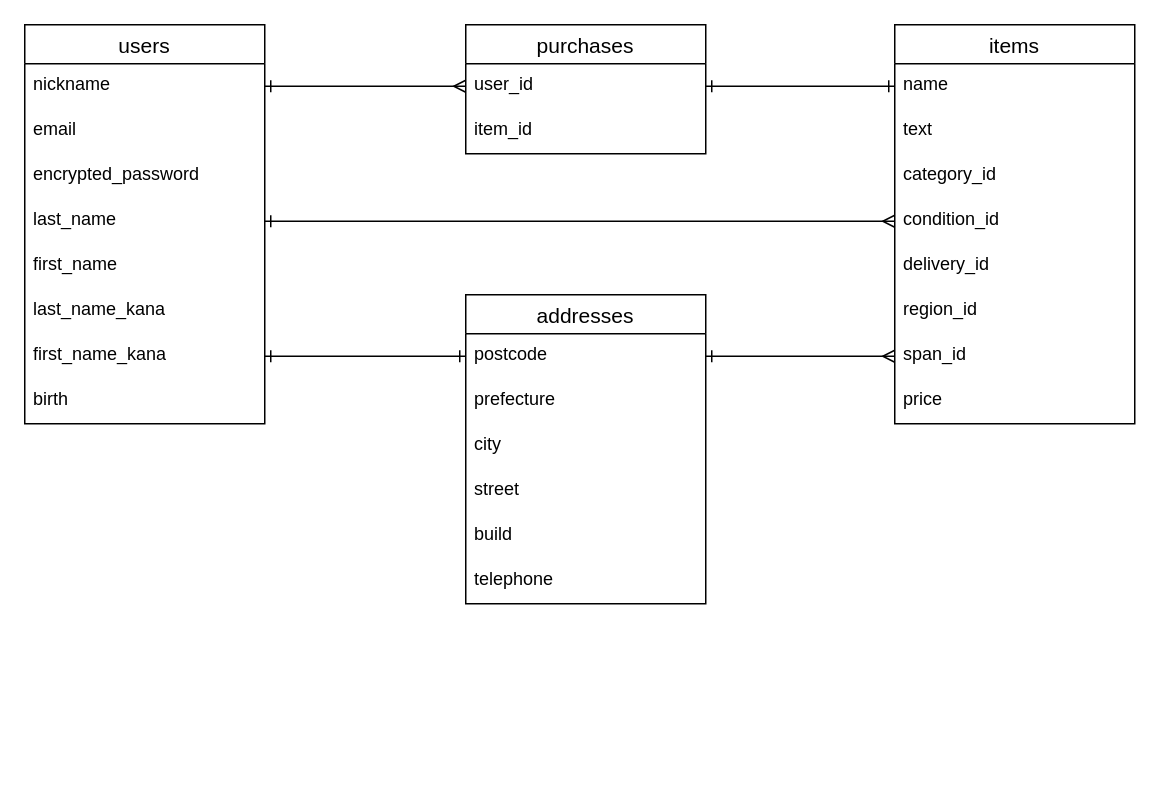
Before: furima-40823.dio in calamelmaiku/furima-40823, a draw.io diagram. Source tidied: cells renumbered, new cells numbered last; positions are measured from the earlier drawing's top-left corner, leaving out a move shared by most shapes. Both pictures are drawn from the tidied source at 150%, with x=0, y=0 at pixel (24, 24).
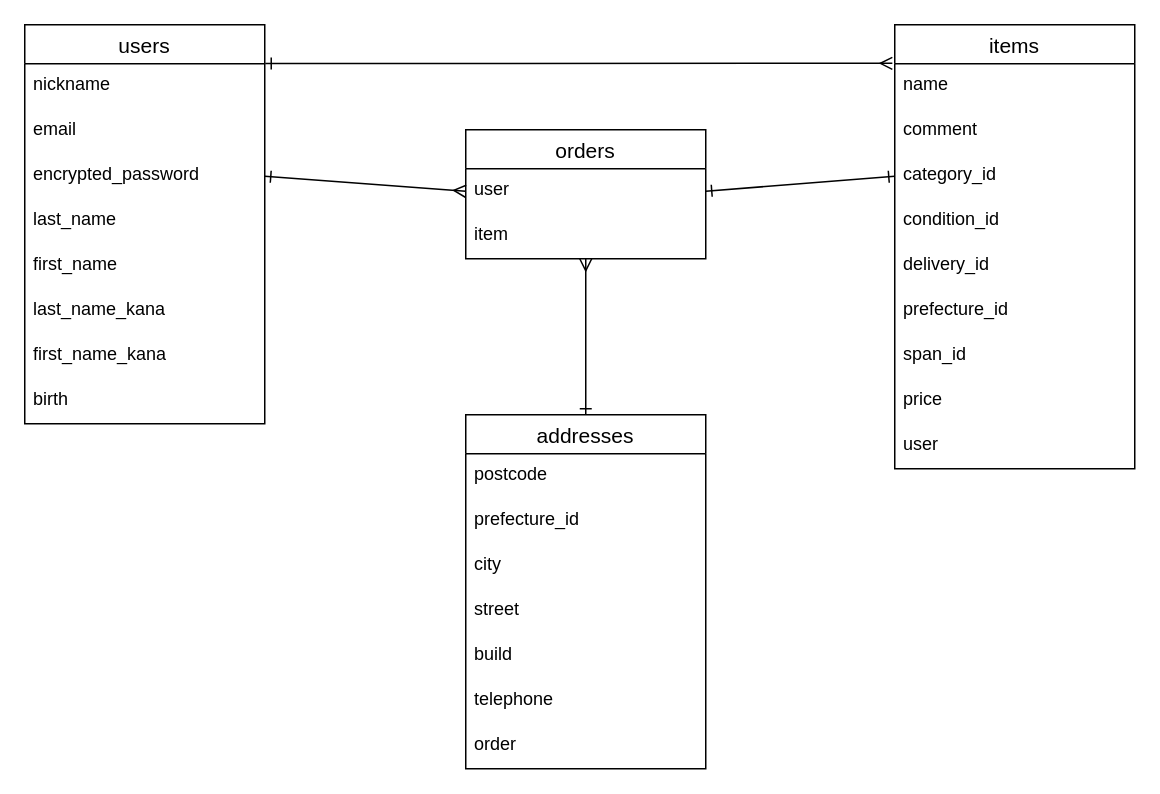
Above is the later version.

Unchanged cells that the change refers to:
```xml
<mxCell id="3" value="name" style="text;strokeColor=none;fillColor=none;spacingLeft=4;spacingRight=4;overflow=hidden;points=[[0,0.5],[1,0.5]];portConstraint=eastwest;fontSize=12;" parent="2" vertex="1">
  <mxGeometry y="26" width="160" height="30" as="geometry" />
</mxCell>
<mxCell id="5" value="category_id" style="text;strokeColor=none;fillColor=none;spacingLeft=4;spacingRight=4;overflow=hidden;points=[[0,0.5],[1,0.5]];portConstraint=eastwest;fontSize=12;" parent="2" vertex="1">
  <mxGeometry y="86" width="160" height="30" as="geometry" />
</mxCell>
<mxCell id="6" value="condition_id" style="text;strokeColor=none;fillColor=none;spacingLeft=4;spacingRight=4;overflow=hidden;points=[[0,0.5],[1,0.5]];portConstraint=eastwest;fontSize=12;" parent="2" vertex="1">
  <mxGeometry y="116" width="160" height="30" as="geometry" />
</mxCell>
<mxCell id="9" value="span_id" style="text;strokeColor=none;fillColor=none;spacingLeft=4;spacingRight=4;overflow=hidden;points=[[0,0.5],[1,0.5]];portConstraint=eastwest;fontSize=12;" parent="2" vertex="1">
  <mxGeometry y="206" width="160" height="30" as="geometry" />
</mxCell>
<mxCell id="12" value="postcode" style="text;strokeColor=none;fillColor=none;spacingLeft=4;spacingRight=4;overflow=hidden;points=[[0,0.5],[1,0.5]];portConstraint=eastwest;fontSize=12;" parent="11" vertex="1">
  <mxGeometry y="26" width="160" height="30" as="geometry" />
</mxCell>
<mxCell id="18" value="users" style="swimlane;fontStyle=0;horizontal=1;startSize=26;align=center;fontSize=14;" parent="1" vertex="1">
  <mxGeometry width="160" height="266" as="geometry" />
</mxCell>
<mxCell id="19" value="nickname" style="text;strokeColor=none;fillColor=none;spacingLeft=4;spacingRight=4;overflow=hidden;points=[[0,0.5],[1,0.5]];portConstraint=eastwest;fontSize=12;" parent="18" vertex="1">
  <mxGeometry y="26" width="160" height="30" as="geometry" />
</mxCell>
<mxCell id="21" value="encrypted_password" style="text;strokeColor=none;fillColor=none;spacingLeft=4;spacingRight=4;overflow=hidden;points=[[0,0.5],[1,0.5]];portConstraint=eastwest;fontSize=12;" parent="18" vertex="1">
  <mxGeometry y="86" width="160" height="30" as="geometry" />
</mxCell>
<mxCell id="22" value="last_name" style="text;strokeColor=none;fillColor=none;spacingLeft=4;spacingRight=4;overflow=hidden;points=[[0,0.5],[1,0.5]];portConstraint=eastwest;fontSize=12;" parent="18" vertex="1">
  <mxGeometry y="116" width="160" height="30" as="geometry" />
</mxCell>
<mxCell id="25" value="first_name_kana" style="text;strokeColor=none;fillColor=none;spacingLeft=4;spacingRight=4;overflow=hidden;points=[[0,0.5],[1,0.5]];portConstraint=eastwest;fontSize=12;" parent="18" vertex="1">
  <mxGeometry y="206" width="160" height="30" as="geometry" />
</mxCell>
```

What changed in the source:
```diff
@@
     <mxCell id="2" value="items" style="swimlane;fontStyle=0;horizontal=1;startSize=26;align=center;fontSize=14;" parent="1" vertex="1">
-      <mxGeometry x="580" width="160" height="266" as="geometry" />
+      <mxGeometry x="580" width="160" height="296" as="geometry" />
     </mxCell>
@@
-    <mxCell id="4" value="text" style="text;strokeColor=none;fillColor=none;spacingLeft=4;spacingRight=4;overflow=hidden;fontSize=12;" parent="2" vertex="1">
+    <mxCell id="4" value="comment" style="text;strokeColor=none;fillColor=none;spacingLeft=4;spacingRight=4;overflow=hidden;fontSize=12;" parent="2" vertex="1">
       <mxGeometry y="56" width="160" height="30" as="geometry" />
     </mxCell>
@@
-    <mxCell id="8" value="region_id" style="text;strokeColor=none;fillColor=none;spacingLeft=4;spacingRight=4;overflow=hidden;fontSize=12;" parent="2" vertex="1">
+    <mxCell id="8" value="prefecture_id" style="text;strokeColor=none;fillColor=none;spacingLeft=4;spacingRight=4;overflow=hidden;fontSize=12;" parent="2" vertex="1">
       <mxGeometry y="176" width="160" height="30" as="geometry" />
     </mxCell>
@@
+    <mxCell id="35" value="user" style="text;strokeColor=none;fillColor=none;spacingLeft=4;spacingRight=4;overflow=hidden;fontSize=12;" parent="2" vertex="1">
+      <mxGeometry y="266" width="160" height="30" as="geometry" />
+    </mxCell>
+    <mxCell id="36" style="edgeStyle=none;html=1;exitX=0.5;exitY=0;exitDx=0;exitDy=0;startArrow=ERone;startFill=0;endArrow=ERmany;endFill=0;entryX=0.5;entryY=1;entryDx=0;entryDy=0;" parent="1" edge="1" source="11" target="27">
+      <mxGeometry relative="1" as="geometry" />
+    </mxCell>
     <mxCell id="11" value="addresses" style="swimlane;fontStyle=0;horizontal=1;startSize=26;align=center;fontSize=14;" parent="1" vertex="1">
-      <mxGeometry x="294" y="180" width="160" height="206" as="geometry" />
+      <mxGeometry x="294" y="260" width="160" height="236" as="geometry" />
     </mxCell>
@@
-    <mxCell id="13" value="prefecture" style="text;strokeColor=none;fillColor=none;spacingLeft=4;spacingRight=4;overflow=hidden;fontSize=12;" parent="11" vertex="1">
+    <mxCell id="13" value="prefecture_id" style="text;strokeColor=none;fillColor=none;spacingLeft=4;spacingRight=4;overflow=hidden;fontSize=12;" parent="11" vertex="1">
       <mxGeometry y="56" width="160" height="30" as="geometry" />
     </mxCell>
@@
+    <mxCell id="37" value="order&#10;" style="text;strokeColor=none;fillColor=none;spacingLeft=4;spacingRight=4;overflow=hidden;fontSize=12;" parent="11" vertex="1">
+      <mxGeometry y="206" width="160" height="30" as="geometry" />
+    </mxCell>
@@
-    <mxCell id="27" value="purchases" style="swimlane;fontStyle=0;horizontal=1;startSize=26;align=center;fontSize=14;" parent="1" vertex="1">
-      <mxGeometry x="294" width="160" height="86" as="geometry" />
+    <mxCell id="27" value="orders" style="swimlane;fontStyle=0;horizontal=1;startSize=26;align=center;fontSize=14;" parent="1" vertex="1">
+      <mxGeometry x="294" y="70" width="160" height="86" as="geometry" />
     </mxCell>
-    <mxCell id="28" value="user_id" style="text;strokeColor=none;fillColor=none;spacingLeft=4;spacingRight=4;overflow=hidden;points=[[0,0.5],[1,0.5]];portConstraint=eastwest;fontSize=12;" parent="27" vertex="1">
+    <mxCell id="28" value="user" style="text;strokeColor=none;fillColor=none;spacingLeft=4;spacingRight=4;overflow=hidden;points=[[0,0.5],[1,0.5]];portConstraint=eastwest;fontSize=12;" parent="27" vertex="1">
       <mxGeometry y="26" width="160" height="30" as="geometry" />
     </mxCell>
-    <mxCell id="29" value="item_id" style="text;strokeColor=none;fillColor=none;spacingLeft=4;spacingRight=4;overflow=hidden;fontSize=12;" parent="27" vertex="1">
+    <mxCell id="29" value="item" style="text;strokeColor=none;fillColor=none;spacingLeft=4;spacingRight=4;overflow=hidden;fontSize=12;" parent="27" vertex="1">
       <mxGeometry y="56" width="160" height="30" as="geometry" />
     </mxCell>
-    <mxCell id="30" style="edgeStyle=none;html=1;exitX=1;exitY=0.5;exitDx=0;exitDy=0;entryX=0;entryY=0.5;entryDx=0;entryDy=0;startArrow=ERone;startFill=0;endArrow=ERmany;endFill=0;" parent="1" edge="1" source="19" target="28">
+    <mxCell id="30" style="edgeStyle=none;html=1;exitX=1;exitY=0.5;exitDx=0;exitDy=0;entryX=0;entryY=0.5;entryDx=0;entryDy=0;startArrow=ERone;startFill=0;endArrow=ERmany;endFill=0;" parent="1" edge="1" source="21" target="28">
       <mxGeometry relative="1" as="geometry" />
     </mxCell>
-    <mxCell id="31" style="edgeStyle=none;html=1;exitX=1;exitY=0.5;exitDx=0;exitDy=0;entryX=0;entryY=0.5;entryDx=0;entryDy=0;startArrow=ERone;startFill=0;endArrow=ERone;endFill=0;" parent="1" edge="1" source="28">
-      <mxGeometry relative="1" as="geometry">
-        <mxPoint x="580" y="41" as="targetPoint" />
-      </mxGeometry>
+    <mxCell id="31" style="edgeStyle=none;html=1;exitX=1;exitY=0.5;exitDx=0;exitDy=0;entryX=0;entryY=0.5;entryDx=0;entryDy=0;startArrow=ERone;startFill=0;endArrow=ERone;endFill=0;" parent="1" edge="1" source="28" target="5">
+      <mxGeometry relative="1" as="geometry" />
     </mxCell>
-    <mxCell id="32" style="edgeStyle=none;html=1;exitX=1;exitY=0.5;exitDx=0;exitDy=0;entryX=0;entryY=0.5;entryDx=0;entryDy=0;endArrow=ERmany;endFill=0;startArrow=ERone;startFill=0;" parent="1" edge="1" source="12" target="9">
-      <mxGeometry relative="1" as="geometry" />
-    </mxCell>
-    <mxCell id="33" style="edgeStyle=none;html=1;exitX=1;exitY=0.5;exitDx=0;exitDy=0;entryX=0;entryY=0.5;entryDx=0;entryDy=0;startArrow=ERone;startFill=0;endArrow=ERone;endFill=0;" parent="1" edge="1" source="25" target="12">
-      <mxGeometry relative="1" as="geometry" />
-    </mxCell>
-    <mxCell id="34" style="edgeStyle=none;html=1;exitX=1;exitY=0.5;exitDx=0;exitDy=0;entryX=0;entryY=0.5;entryDx=0;entryDy=0;endArrow=ERmany;endFill=0;startArrow=ERone;startFill=0;" parent="1" edge="1" source="22" target="6">
-      <mxGeometry relative="1" as="geometry">
-        <Array as="points">
-          <mxPoint x="410" y="131" />
-        </Array>
-      </mxGeometry>
+    <mxCell id="34" style="edgeStyle=none;html=1;exitX=1.002;exitY=0.097;exitDx=0;exitDy=0;entryX=-0.01;entryY=-0.01;entryDx=0;entryDy=0;endArrow=ERmany;endFill=0;startArrow=ERone;startFill=0;exitPerimeter=0;entryPerimeter=0;" parent="1" edge="1" source="18" target="3">
+      <mxGeometry relative="1" as="geometry" />
     </mxCell>
```
